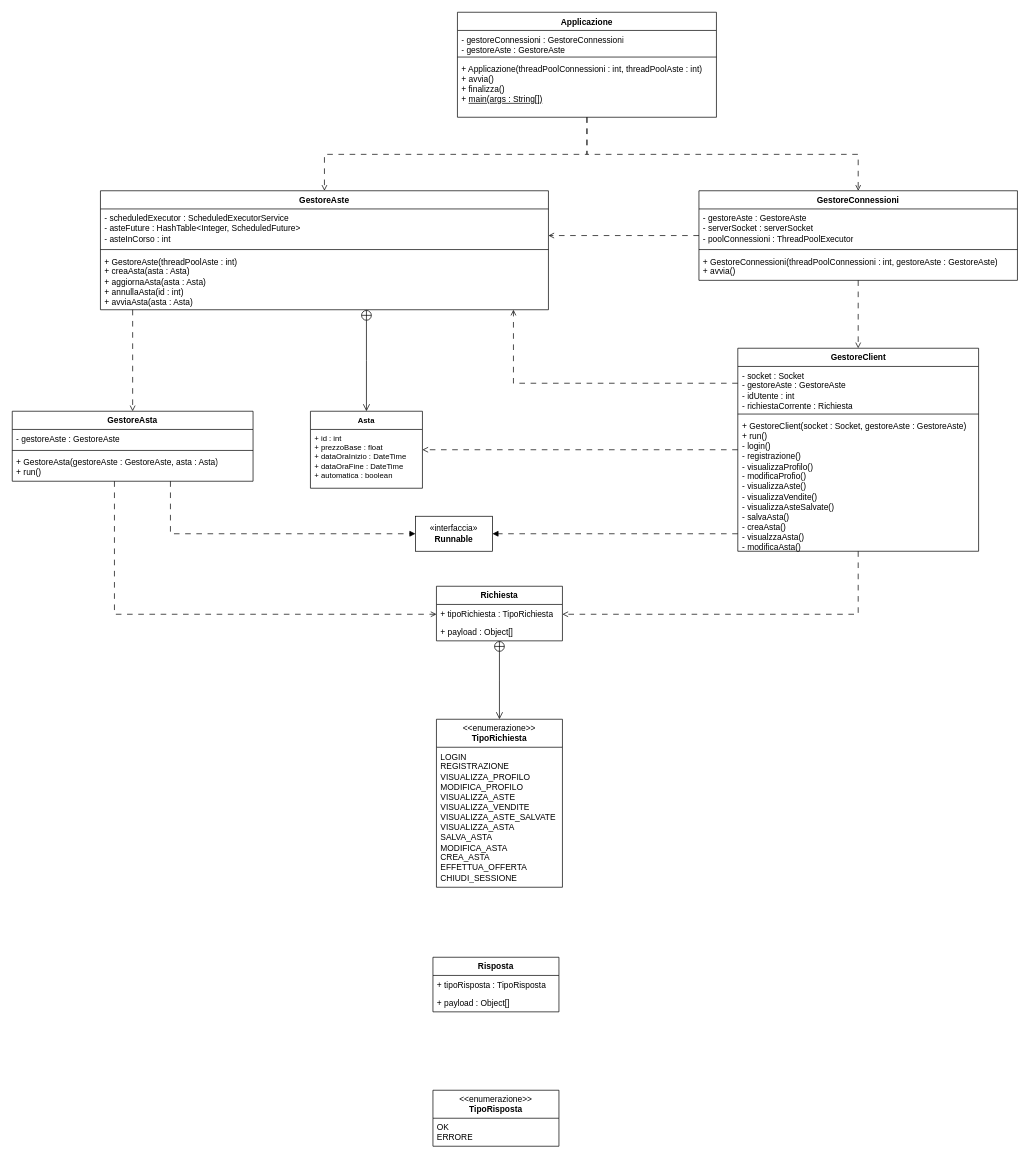
Chaos-Rat/GAO keeps this draw.io diagram as documenti/DC-Server.drawio. Above is the earlier version. Source tidied: cells renumbered, new cells numbered last; positions are measured from the earlier drawing's top-left corner, leaving out a move shared by most shapes. Both pictures are drawn from the tidied source at 70%, with x=0, y=0 at pixel (12, 12).
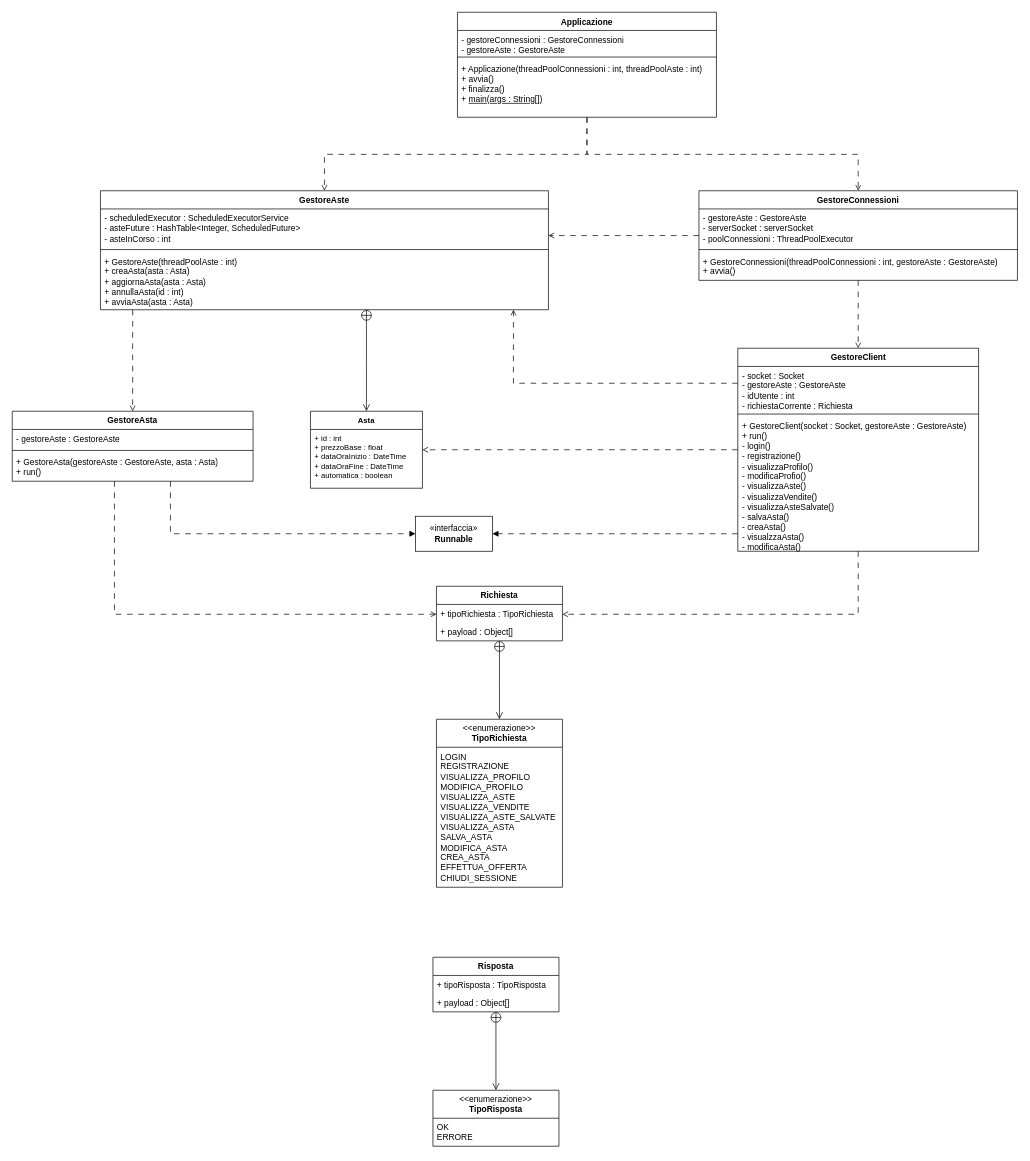
The same page after the edit.

The change refers to these unchanged cells:
```xml
<mxCell id="43" value="&lt;b&gt;Risposta&lt;/b&gt;" style="swimlane;fontStyle=0;horizontal=1;startSize=26;fillColor=none;whiteSpace=wrap;html=1;" parent="1" vertex="1">
  <mxGeometry x="601" y="1350" width="180" height="78" as="geometry" />
</mxCell>
<mxCell id="46" value="&lt;div&gt;&amp;lt;&amp;lt;enumerazione&amp;gt;&amp;gt;&lt;/div&gt;&lt;b&gt;TipoRisposta&lt;/b&gt;" style="swimlane;fontStyle=0;horizontal=1;startSize=40;fillColor=none;whiteSpace=wrap;html=1;" parent="1" vertex="1">
  <mxGeometry x="601" y="1540" width="180" height="80" as="geometry" />
</mxCell>
```

What changed in the source:
```diff
@@
+    <mxCell id="48" style="endArrow=open;startArrow=circlePlus;endFill=0;startFill=0;endSize=8;html=1;rounded=0;" parent="1" edge="1" source="43" target="46">
+      <mxGeometry relative="1" as="geometry" />
+    </mxCell>
```
